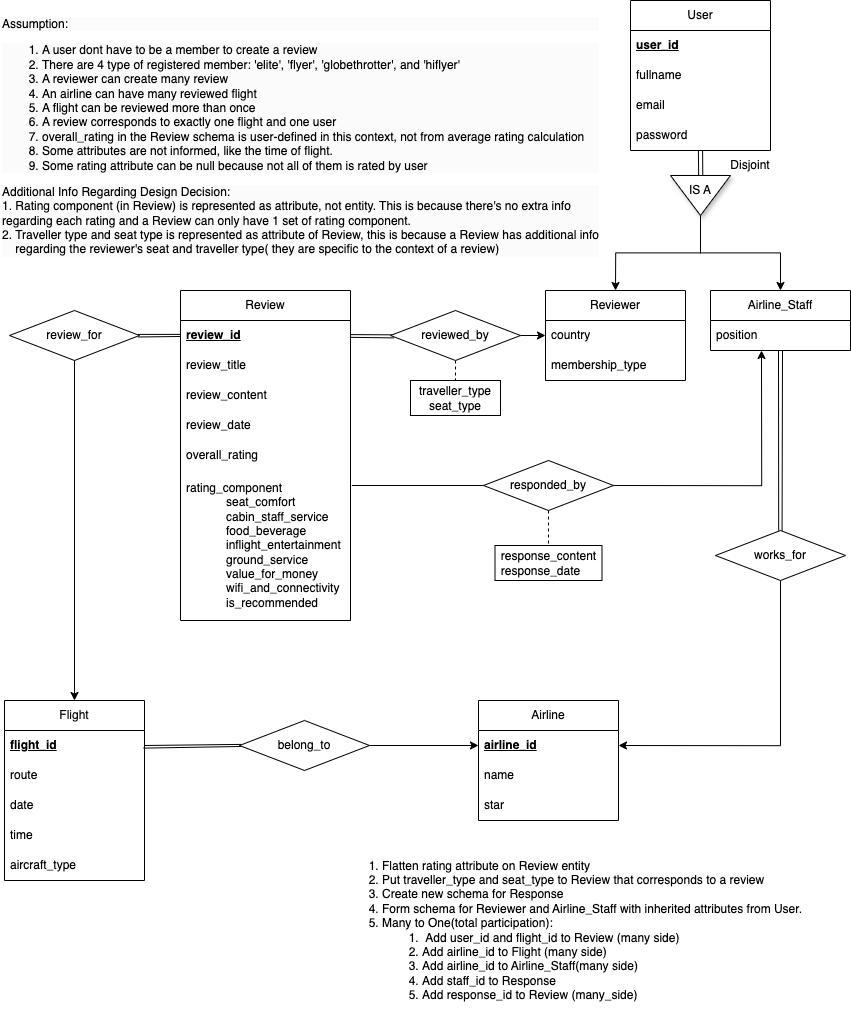
Earlier version of the draw.io export Data Storing/design/ERD.png (wargabasdat/Seleksi-2024-Tugas-1). Source tidied: cells renumbered, new cells last; positions are measured from the earlier drawing's top-left corner, leaving out a move shared by most shapes.
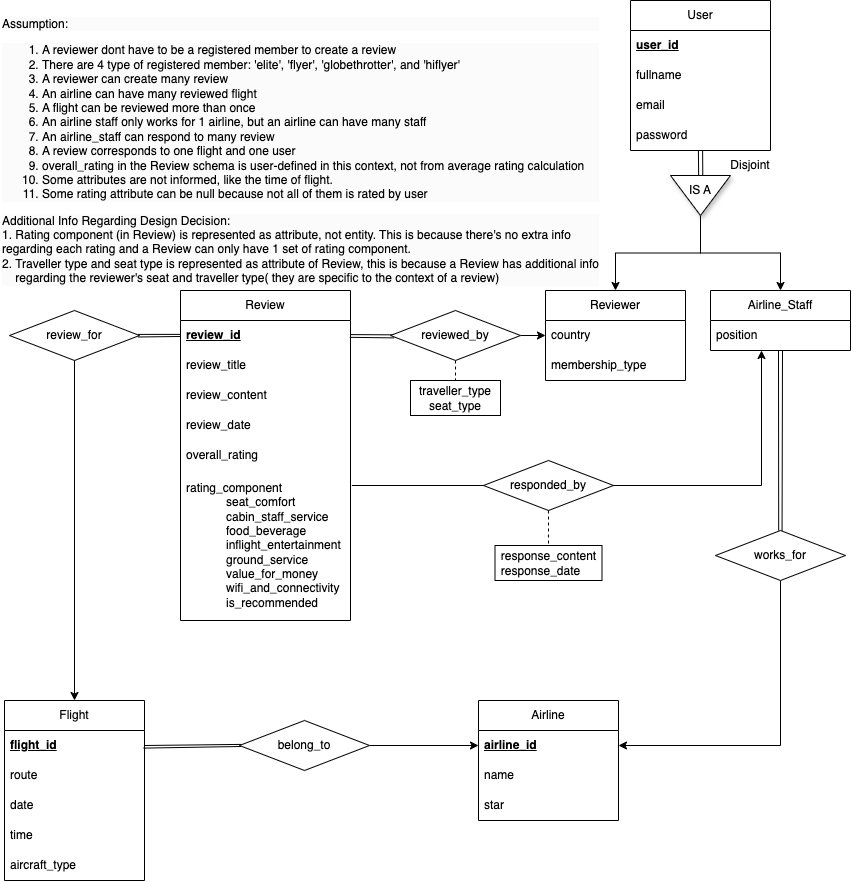
After the commit.

Commit message:
fix : README and ERD comments

What changed in the source:
```diff
@@ -186,10 +186,7 @@
     <mxCell id="58" style="endArrow=none;dashed=1;html=1;rounded=0;entryX=0.5;entryY=0;entryDx=0;entryDy=0;exitX=0.5;exitY=1;exitDx=0;exitDy=0;" parent="1" edge="1" source="54" target="57">
       <mxGeometry relative="1" as="geometry" />
     </mxCell>
-    <mxCell id="59" value="&lt;ol&gt;&lt;li&gt;Flatten rating attribute on Review entity&lt;/li&gt;&lt;li&gt;Put traveller_type and seat_type to Review that corresponds to a review&lt;/li&gt;&lt;li&gt;Create new schema for Response&lt;/li&gt;&lt;li&gt;Form schema for Reviewer and Airline_Staff with inherited attributes from User.&amp;nbsp;&lt;/li&gt;&lt;li&gt;Many to One(total participation):&lt;/li&gt;&lt;ol&gt;&lt;li&gt;&amp;nbsp;Add user_id and flight_id to Review (many side)&lt;/li&gt;&lt;li&gt;&lt;span style=&quot;background-color: initial;&quot;&gt;&#9;&lt;/span&gt;Add airline_id to Flight (many side)&lt;span style=&quot;background-color: initial; white-space-collapse: preserve;&quot;&gt;&#9;&lt;/span&gt;&lt;/li&gt;&lt;li&gt;Add airline_id to Airline_Staff(many side)&lt;/li&gt;&lt;li&gt;Add staff_id to Response&lt;/li&gt;&lt;li&gt;Add response_id to Review (many_side)&lt;span style=&quot;white-space-collapse: preserve; background-color: initial;&quot;&gt;&#9;&lt;/span&gt;&lt;/li&gt;&lt;/ol&gt;&lt;/ol&gt;" style="text;html=1;align=left;verticalAlign=middle;strokeColor=none;fillColor=none;" parent="1" vertex="1">
-      <mxGeometry x="340" y="840" width="490" height="180" as="geometry" />
-    </mxCell>
-    <mxCell id="60" value="&lt;div style=&quot;forced-color-adjust: none; color: rgb(0, 0, 0); font-family: Helvetica; font-size: 12px; font-style: normal; font-variant-ligatures: normal; font-variant-caps: normal; font-weight: 400; letter-spacing: normal; orphans: 2; text-align: left; text-indent: 0px; text-transform: none; widows: 2; word-spacing: 0px; -webkit-text-stroke-width: 0px; white-space: nowrap; background-color: rgb(251, 251, 251); text-decoration-thickness: initial; text-decoration-style: initial; text-decoration-color: initial;&quot;&gt;Assumption:&lt;/div&gt;&lt;ol style=&quot;forced-color-adjust: none; color: rgb(0, 0, 0); font-family: Helvetica; font-size: 12px; font-style: normal; font-variant-ligatures: normal; font-variant-caps: normal; font-weight: 400; letter-spacing: normal; orphans: 2; text-align: left; text-indent: 0px; text-transform: none; widows: 2; word-spacing: 0px; -webkit-text-stroke-width: 0px; white-space: nowrap; background-color: rgb(251, 251, 251); text-decoration-thickness: initial; text-decoration-style: initial; text-decoration-color: initial;&quot;&gt;&lt;li style=&quot;forced-color-adjust: none;&quot;&gt;A user dont have to be a member to create a review&lt;/li&gt;&lt;li style=&quot;forced-color-adjust: none;&quot;&gt;There are 4 type of registered member: 'elite', 'flyer', 'globethrotter', and 'hiflyer'&lt;/li&gt;&lt;li style=&quot;forced-color-adjust: none;&quot;&gt;A reviewer can create many review&lt;/li&gt;&lt;li style=&quot;forced-color-adjust: none;&quot;&gt;An airline can have many reviewed flight&lt;/li&gt;&lt;li style=&quot;forced-color-adjust: none;&quot;&gt;A flight can be reviewed more than once&lt;/li&gt;&lt;li style=&quot;forced-color-adjust: none;&quot;&gt;A review corresponds to exactly one flight and one user&lt;br style=&quot;forced-color-adjust: none;&quot;&gt;&lt;/li&gt;&lt;li style=&quot;forced-color-adjust: none;&quot;&gt;overall_rating in the Review schema is user-defined in this context, not from average rating calculation&lt;/li&gt;&lt;li style=&quot;forced-color-adjust: none;&quot;&gt;Some attributes are not informed, like the time of flight.&amp;nbsp;&lt;/li&gt;&lt;li style=&quot;forced-color-adjust: none;&quot;&gt;Some rating attribute can be null because not all of them is rated by user&lt;br style=&quot;forced-color-adjust: none;&quot;&gt;&lt;/li&gt;&lt;/ol&gt;&lt;div style=&quot;forced-color-adjust: none; color: rgb(0, 0, 0); font-family: Helvetica; font-size: 12px; font-style: normal; font-variant-ligatures: normal; font-variant-caps: normal; font-weight: 400; letter-spacing: normal; orphans: 2; text-align: left; text-indent: 0px; text-transform: none; widows: 2; word-spacing: 0px; -webkit-text-stroke-width: 0px; white-space: nowrap; background-color: rgb(251, 251, 251); text-decoration-thickness: initial; text-decoration-style: initial; text-decoration-color: initial;&quot;&gt;Additional Info Regarding Design Decision:&lt;/div&gt;&lt;div style=&quot;forced-color-adjust: none; color: rgb(0, 0, 0); font-family: Helvetica; font-size: 12px; font-style: normal; font-variant-ligatures: normal; font-variant-caps: normal; font-weight: 400; letter-spacing: normal; orphans: 2; text-align: left; text-indent: 0px; text-transform: none; widows: 2; word-spacing: 0px; -webkit-text-stroke-width: 0px; white-space: nowrap; background-color: rgb(251, 251, 251); text-decoration-thickness: initial; text-decoration-style: initial; text-decoration-color: initial;&quot;&gt;1.&amp;nbsp;Rating component (in Review) is represented as attribute, not entity. This is because there's no extra info&amp;nbsp;&lt;/div&gt;&lt;div style=&quot;forced-color-adjust: none; color: rgb(0, 0, 0); font-family: Helvetica; font-size: 12px; font-style: normal; font-variant-ligatures: normal; font-variant-caps: normal; font-weight: 400; letter-spacing: normal; orphans: 2; text-align: left; text-indent: 0px; text-transform: none; widows: 2; word-spacing: 0px; -webkit-text-stroke-width: 0px; white-space: nowrap; background-color: rgb(251, 251, 251); text-decoration-thickness: initial; text-decoration-style: initial; text-decoration-color: initial;&quot;&gt;regarding each rating and a Review can only have 1 set of rating component.&lt;/div&gt;&lt;div style=&quot;forced-color-adjust: none; color: rgb(0, 0, 0); font-family: Helvetica; font-size: 12px; font-style: normal; font-variant-ligatures: normal; font-variant-caps: normal; font-weight: 400; letter-spacing: normal; orphans: 2; text-align: left; text-indent: 0px; text-transform: none; widows: 2; word-spacing: 0px; -webkit-text-stroke-width: 0px; white-space: nowrap; background-color: rgb(251, 251, 251); text-decoration-thickness: initial; text-decoration-style: initial; text-decoration-color: initial;&quot;&gt;2. Traveller type and seat type is represented as attribute of Review, this is because a Review has additional info&lt;/div&gt;&lt;div style=&quot;forced-color-adjust: none; color: rgb(0, 0, 0); font-family: Helvetica; font-size: 12px; font-style: normal; font-variant-ligatures: normal; font-variant-caps: normal; font-weight: 400; letter-spacing: normal; orphans: 2; text-align: left; text-indent: 0px; text-transform: none; widows: 2; word-spacing: 0px; -webkit-text-stroke-width: 0px; white-space: nowrap; background-color: rgb(251, 251, 251); text-decoration-thickness: initial; text-decoration-style: initial; text-decoration-color: initial;&quot;&gt;&amp;nbsp; &amp;nbsp; regarding the reviewer's seat and traveller type(&lt;span style=&quot;background-color: initial;&quot;&gt;&amp;nbsp;&lt;/span&gt;&lt;span style=&quot;text-wrap: wrap; background-color: initial;&quot;&gt;they are specific to the context of a review)&lt;/span&gt;&lt;/div&gt;" style="text;whiteSpace=wrap;html=1;" parent="1" vertex="1">
+    <mxCell id="60" value="&lt;div style=&quot;forced-color-adjust: none; color: rgb(0, 0, 0); font-family: Helvetica; font-size: 12px; font-style: normal; font-variant-ligatures: normal; font-variant-caps: normal; font-weight: 400; letter-spacing: normal; orphans: 2; text-align: left; text-indent: 0px; text-transform: none; widows: 2; word-spacing: 0px; -webkit-text-stroke-width: 0px; white-space: nowrap; background-color: rgb(251, 251, 251); text-decoration-thickness: initial; text-decoration-style: initial; text-decoration-color: initial;&quot;&gt;Assumption:&lt;/div&gt;&lt;ol style=&quot;forced-color-adjust: none; color: rgb(0, 0, 0); font-family: Helvetica; font-size: 12px; font-style: normal; font-variant-ligatures: normal; font-variant-caps: normal; font-weight: 400; letter-spacing: normal; orphans: 2; text-align: left; text-indent: 0px; text-transform: none; widows: 2; word-spacing: 0px; -webkit-text-stroke-width: 0px; white-space: nowrap; background-color: rgb(251, 251, 251); text-decoration-thickness: initial; text-decoration-style: initial; text-decoration-color: initial;&quot;&gt;&lt;li style=&quot;forced-color-adjust: none;&quot;&gt;A reviewer dont have to be a registered member to create a review&lt;/li&gt;&lt;li style=&quot;forced-color-adjust: none;&quot;&gt;There are 4 type of registered member: 'elite', 'flyer', 'globethrotter', and 'hiflyer'&lt;/li&gt;&lt;li style=&quot;forced-color-adjust: none;&quot;&gt;A reviewer can create many review&lt;/li&gt;&lt;li style=&quot;forced-color-adjust: none;&quot;&gt;An airline can have many reviewed flight&lt;/li&gt;&lt;li style=&quot;forced-color-adjust: none;&quot;&gt;A flight can be reviewed more than once&lt;/li&gt;&lt;li style=&quot;forced-color-adjust: none;&quot;&gt;An airline staff only works for 1 airline, but an airline can have many staff&lt;/li&gt;&lt;li style=&quot;forced-color-adjust: none;&quot;&gt;An airline_staff can respond to many review&lt;/li&gt;&lt;li style=&quot;forced-color-adjust: none;&quot;&gt;A review corresponds to one flight and one user&lt;br style=&quot;forced-color-adjust: none;&quot;&gt;&lt;/li&gt;&lt;li style=&quot;forced-color-adjust: none;&quot;&gt;overall_rating in the Review schema is user-defined in this context, not from average rating calculation&lt;/li&gt;&lt;li style=&quot;forced-color-adjust: none;&quot;&gt;Some attributes are not informed, like the time of flight.&amp;nbsp;&lt;/li&gt;&lt;li style=&quot;forced-color-adjust: none;&quot;&gt;Some rating attribute can be null because not all of them is rated by user&lt;br style=&quot;forced-color-adjust: none;&quot;&gt;&lt;/li&gt;&lt;/ol&gt;&lt;div style=&quot;forced-color-adjust: none; color: rgb(0, 0, 0); font-family: Helvetica; font-size: 12px; font-style: normal; font-variant-ligatures: normal; font-variant-caps: normal; font-weight: 400; letter-spacing: normal; orphans: 2; text-align: left; text-indent: 0px; text-transform: none; widows: 2; word-spacing: 0px; -webkit-text-stroke-width: 0px; white-space: nowrap; background-color: rgb(251, 251, 251); text-decoration-thickness: initial; text-decoration-style: initial; text-decoration-color: initial;&quot;&gt;Additional Info Regarding Design Decision:&lt;/div&gt;&lt;div style=&quot;forced-color-adjust: none; color: rgb(0, 0, 0); font-family: Helvetica; font-size: 12px; font-style: normal; font-variant-ligatures: normal; font-variant-caps: normal; font-weight: 400; letter-spacing: normal; orphans: 2; text-align: left; text-indent: 0px; text-transform: none; widows: 2; word-spacing: 0px; -webkit-text-stroke-width: 0px; white-space: nowrap; background-color: rgb(251, 251, 251); text-decoration-thickness: initial; text-decoration-style: initial; text-decoration-color: initial;&quot;&gt;1.&amp;nbsp;Rating component (in Review) is represented as attribute, not entity. This is because there's no extra info&amp;nbsp;&lt;/div&gt;&lt;div style=&quot;forced-color-adjust: none; color: rgb(0, 0, 0); font-family: Helvetica; font-size: 12px; font-style: normal; font-variant-ligatures: normal; font-variant-caps: normal; font-weight: 400; letter-spacing: normal; orphans: 2; text-align: left; text-indent: 0px; text-transform: none; widows: 2; word-spacing: 0px; -webkit-text-stroke-width: 0px; white-space: nowrap; background-color: rgb(251, 251, 251); text-decoration-thickness: initial; text-decoration-style: initial; text-decoration-color: initial;&quot;&gt;regarding each rating and a Review can only have 1 set of rating component.&lt;/div&gt;&lt;div style=&quot;forced-color-adjust: none; color: rgb(0, 0, 0); font-family: Helvetica; font-size: 12px; font-style: normal; font-variant-ligatures: normal; font-variant-caps: normal; font-weight: 400; letter-spacing: normal; orphans: 2; text-align: left; text-indent: 0px; text-transform: none; widows: 2; word-spacing: 0px; -webkit-text-stroke-width: 0px; white-space: nowrap; background-color: rgb(251, 251, 251); text-decoration-thickness: initial; text-decoration-style: initial; text-decoration-color: initial;&quot;&gt;2. Traveller type and seat type is represented as attribute of Review, this is because a Review has additional info&lt;/div&gt;&lt;div style=&quot;forced-color-adjust: none; color: rgb(0, 0, 0); font-family: Helvetica; font-size: 12px; font-style: normal; font-variant-ligatures: normal; font-variant-caps: normal; font-weight: 400; letter-spacing: normal; orphans: 2; text-align: left; text-indent: 0px; text-transform: none; widows: 2; word-spacing: 0px; -webkit-text-stroke-width: 0px; white-space: nowrap; background-color: rgb(251, 251, 251); text-decoration-thickness: initial; text-decoration-style: initial; text-decoration-color: initial;&quot;&gt;&amp;nbsp; &amp;nbsp; regarding the reviewer's seat and traveller type(&lt;span style=&quot;background-color: initial;&quot;&gt;&amp;nbsp;&lt;/span&gt;&lt;span style=&quot;text-wrap: wrap; background-color: initial;&quot;&gt;they are specific to the context of a review)&lt;/span&gt;&lt;/div&gt;" style="text;whiteSpace=wrap;html=1;" parent="1" vertex="1">
       <mxGeometry x="-0.5" y="10" width="602" height="250" as="geometry" />
     </mxCell>
   </root>
```
